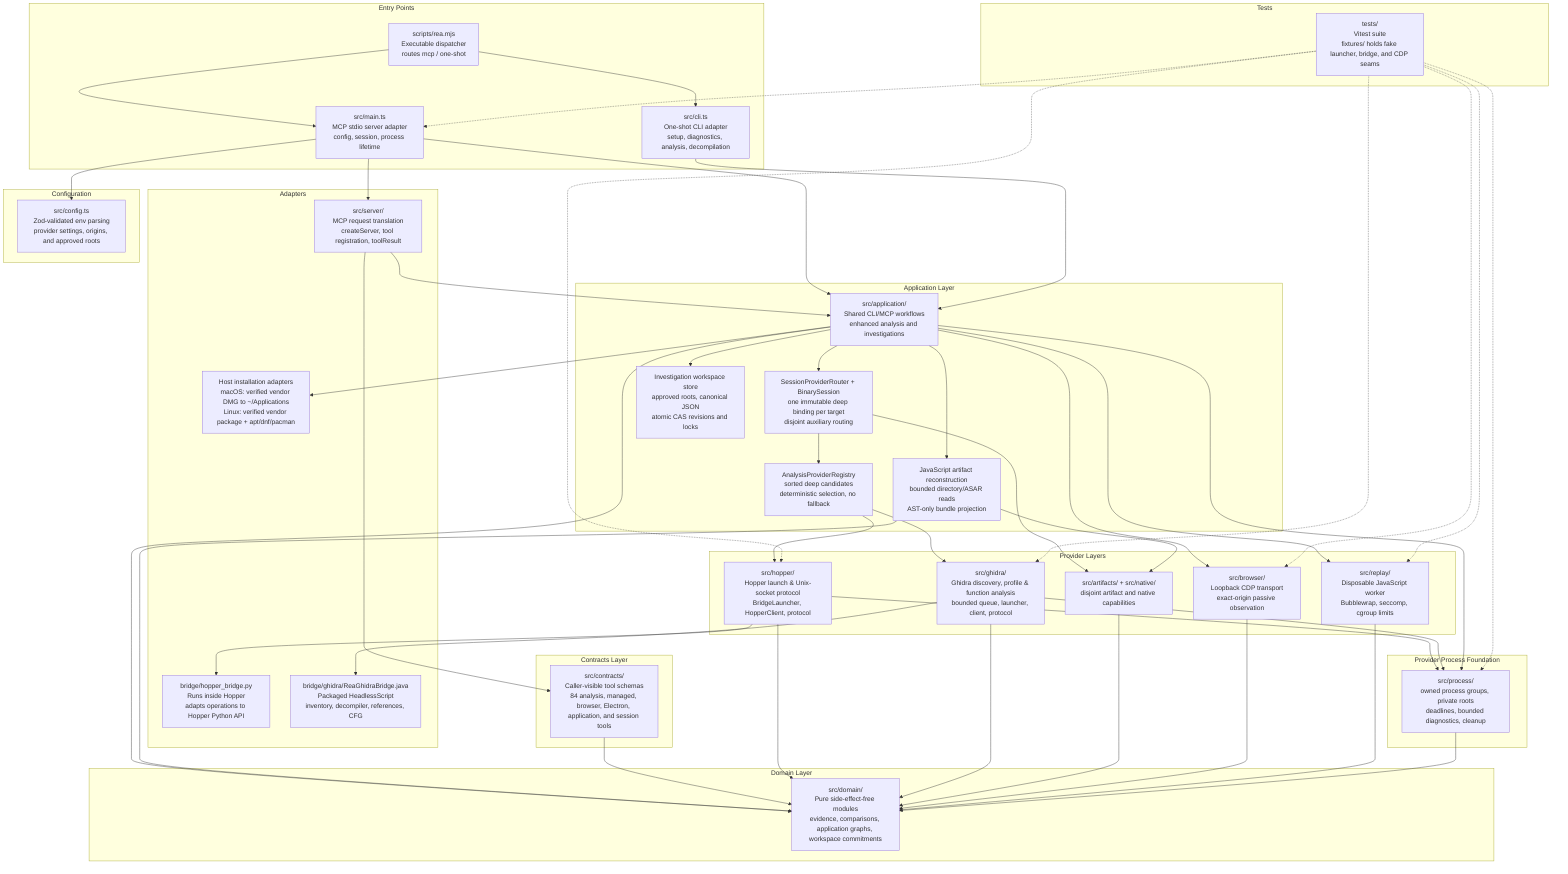
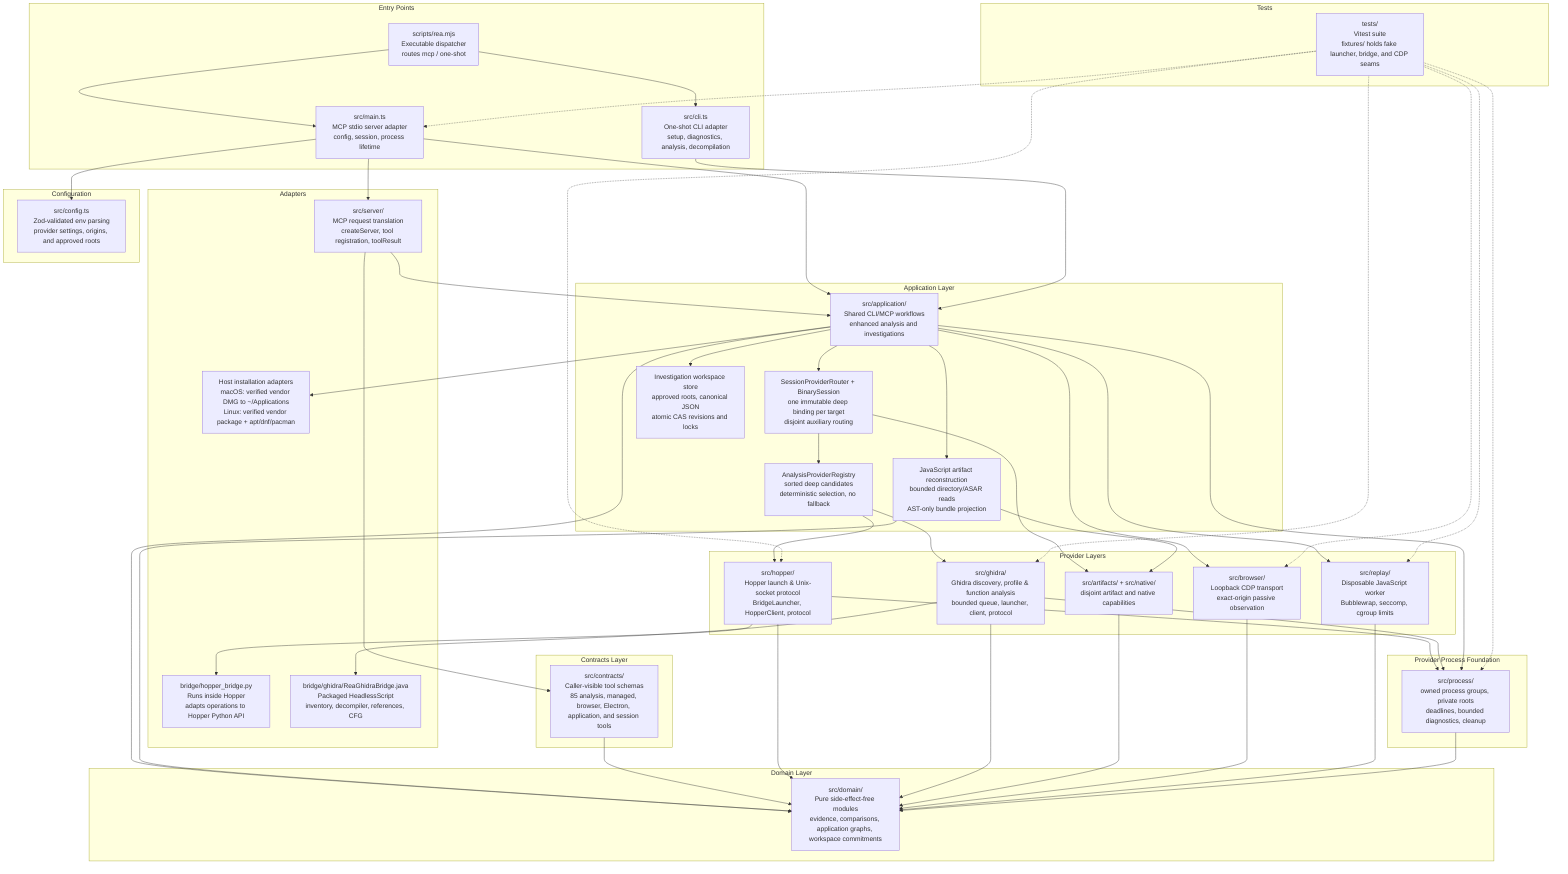
graph TD
    subgraph "Entry Points"
        CLI["src/cli.ts<br/>One-shot CLI adapter<br/>setup, diagnostics, analysis, decompilation"]
        MAIN["src/main.ts<br/>MCP stdio server adapter<br/>config, session, process lifetime"]
        DISPATCH["scripts/rea.mjs<br/>Executable dispatcher<br/>routes mcp / one-shot"]
    end

    subgraph "Adapters"
        SERVER["src/server/<br/>MCP request translation<br/>createServer, tool registration, toolResult"]
        HOPPER_BRIDGE["bridge/hopper_bridge.py<br/>Runs inside Hopper<br/>adapts operations to Hopper Python API"]
        GHIDRA_BRIDGE["bridge/ghidra/ReaGhidraBridge.java<br/>Packaged HeadlessScript<br/>inventory, decompiler, references, CFG"]
        INSTALL["Host installation adapters<br/>macOS: verified vendor DMG to ~/Applications<br/>Linux: verified vendor package + apt/dnf/pacman"]
    end

    subgraph "Application Layer"
        APP["src/application/<br/>Shared CLI/MCP workflows<br/>enhanced analysis and investigations"]
        SESSION["SessionProviderRouter + BinarySession<br/>one immutable deep binding per target<br/>disjoint auxiliary routing"]
        REGISTRY["AnalysisProviderRegistry<br/>sorted deep candidates<br/>deterministic selection, no fallback"]
        WORKSPACE["Investigation workspace store<br/>approved roots, canonical JSON<br/>atomic CAS revisions and locks"]
        JS_RECON["JavaScript artifact reconstruction<br/>bounded directory/ASAR reads<br/>AST-only bundle projection"]
    end

    subgraph "Provider Layers"
        HOPPER["src/hopper/<br/>Hopper launch & Unix-socket protocol<br/>BridgeLauncher, HopperClient, protocol"]
        GHIDRA["src/ghidra/<br/>Ghidra discovery, profile & function analysis<br/>bounded queue, launcher, client, protocol"]
        AUX["src/artifacts/ + src/native/<br/>disjoint artifact and native capabilities"]
        BROWSER["src/browser/<br/>Loopback CDP transport<br/>exact-origin passive observation"]
        REPLAY["src/replay/<br/>Disposable JavaScript worker<br/>Bubblewrap, seccomp, cgroup limits"]
    end

    subgraph "Provider Process Foundation"
        PROCESS["src/process/<br/>owned process groups, private roots<br/>deadlines, bounded diagnostics, cleanup"]
    end

    subgraph "Contracts Layer"
-         CONTRACTS["src/contracts/<br/>Caller-visible tool schemas<br/>84 analysis, managed, browser, Electron, application, and session tools"]
+         CONTRACTS["src/contracts/<br/>Caller-visible tool schemas<br/>85 analysis, managed, browser, Electron, application, and session tools"]
    end

    subgraph "Domain Layer"
        DOMAIN["src/domain/<br/>Pure side-effect-free modules<br/>evidence, comparisons, application graphs, workspace commitments"]
    end

    subgraph "Configuration"
        CONFIG["src/config.ts<br/>Zod-validated env parsing<br/>provider settings, origins, and approved roots"]
    end

    subgraph "Tests"
        TESTS["tests/<br/>Vitest suite<br/>fixtures/ holds fake launcher, bridge, and CDP seams"]
    end

    DISPATCH --> CLI
    DISPATCH --> MAIN
    MAIN --> CONFIG
    MAIN --> SERVER
    MAIN --> APP
    CLI --> APP
    APP --> SESSION
    SESSION --> REGISTRY
    REGISTRY --> HOPPER
    REGISTRY --> GHIDRA
    SESSION --> AUX
    APP --> WORKSPACE
    APP --> JS_RECON
    APP --> INSTALL
    SERVER --> CONTRACTS
    SERVER --> APP
    APP --> BROWSER
    APP --> REPLAY
    HOPPER --> HOPPER_BRIDGE
    GHIDRA --> GHIDRA_BRIDGE
    HOPPER --> PROCESS
    GHIDRA --> PROCESS
    APP --> PROCESS
    APP --> DOMAIN
    JS_RECON --> AUX
    JS_RECON --> DOMAIN
    CONTRACTS --> DOMAIN
    HOPPER --> DOMAIN
    GHIDRA --> DOMAIN
    AUX --> DOMAIN
    BROWSER --> DOMAIN
    REPLAY --> DOMAIN
    PROCESS --> DOMAIN
    TESTS -.-> MAIN
    TESTS -.-> HOPPER
    TESTS -.-> GHIDRA
    TESTS -.-> PROCESS
    TESTS -.-> BROWSER
    TESTS -.-> REPLAY
